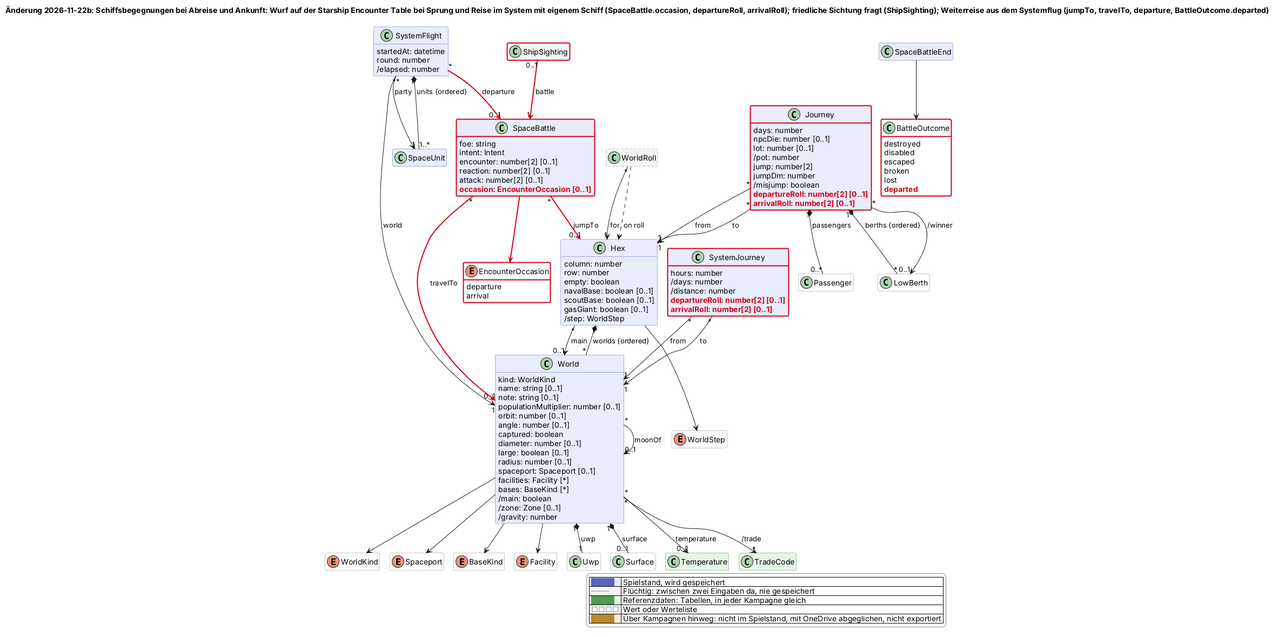
Earlier version of the PlantUML export docs/changes/2026-11-22b-raumbegegnungen-reise.png (scuzzar/SRE).
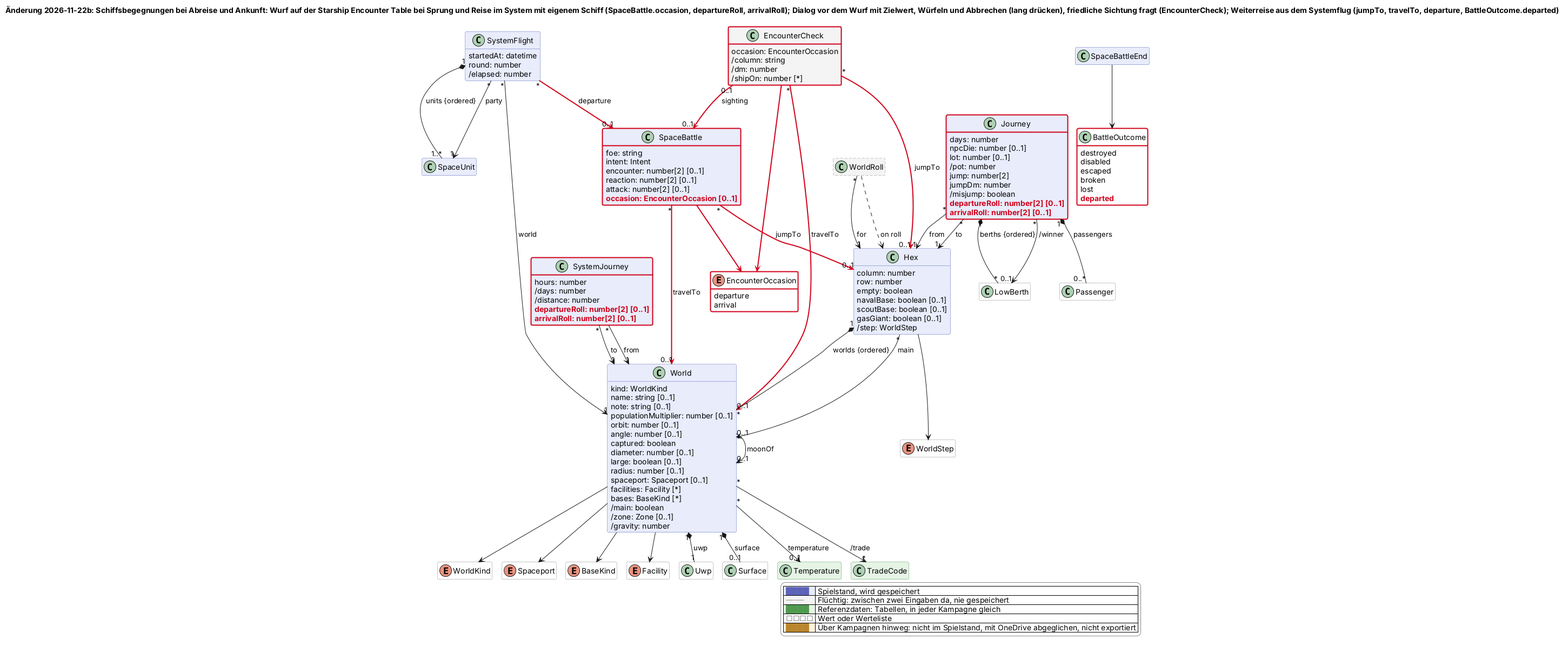
The same diagram one commit later.

Commit message:
Begegnungswurf mit Dialog: Zielwert, Würfeln, Abbrechen lang gedrückt (2026-11-22b)

What changed in the source:
```diff
@@ -36,7 +36,7 @@
 !return ""
 !endfunction
 !pragma layout smetana
-title Änderung 2026-11-22b: Schiffsbegegnungen bei Abreise und Ankunft: Wurf auf der Starship Encounter Table bei Sprung und Reise im System mit eigenem Schiff (SpaceBattle.occasion, departureRoll, arrivalRoll); friedliche Sichtung fragt (ShipSighting); Weiterreise aus dem Systemflug (jumpTo, travelTo, departure, BattleOutcome.departed)
+title Änderung 2026-11-22b: Schiffsbegegnungen bei Abreise und Ankunft: Wurf auf der Starship Encounter Table bei Sprung und Reise im System mit eigenem Schiff (SpaceBattle.occasion, departureRoll, arrivalRoll); Dialog vor dem Wurf mit Zielwert, Würfeln und Abbrechen (lang drücken), friedliche Sichtung fragt (EncounterCheck); Weiterreise aus dem Systemflug (jumpTo, travelTo, departure, BattleOutcome.departed)
 hide empty members
 hide methods
 skinparam classAttributeIconSize 0
@@ -89,7 +89,11 @@
     departure
     arrival
   }
-  class ShipSighting <<transient>> $raum $newClass("2026-11-22b") {
+  class EncounterCheck <<transient>> $raum $newClass("2026-11-22b") {
+    occasion: EncounterOccasion
+    /column: string
+    /dm: number
+    /shipOn: number [*]
   }
   class SpaceBattleEnd $raum
   enum BattleOutcome <<value>> $raum {
@@ -175,7 +179,10 @@
 SpaceBattle "*" -$newArrow("2026-11-22b")-> "0..1" Hex : jumpTo
 SpaceBattle "*" -$newArrow("2026-11-22b")-> "0..1" World : travelTo
 SystemFlight "*" -$newArrow("2026-11-22b")-> "0..1" SpaceBattle : departure
-ShipSighting "0..1" -$newArrow("2026-11-22b")-> "1" SpaceBattle : battle
+EncounterCheck "0..1" -$newArrow("2026-11-22b")-> "0..1" SpaceBattle : sighting
+EncounterCheck -$newArrow("2026-11-22b")-> EncounterOccasion
+EncounterCheck "*" -$newArrow("2026-11-22b")-> "0..1" Hex : jumpTo
+EncounterCheck "*" -$newArrow("2026-11-22b")-> "0..1" World : travelTo
 SystemFlight "*" --> "1" SpaceUnit : party
 Hex "1" *-- "*" World : worlds {ordered}
 Hex "*" --> "0..1" World : main
```
